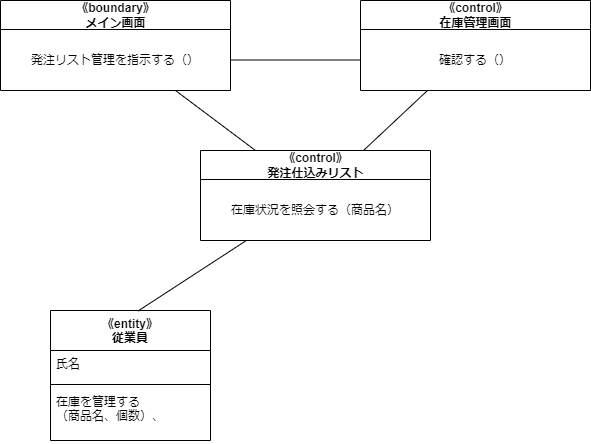
This is psp4/分析モデルのクラス図/分析モデルクラス図_発注仕込み.drawio.png from MasakiHiguchi/---, a draw.io export, as it was before one commit. Source tidied: cells renumbered, new cells last; positions are measured from the earlier drawing's top-left corner, leaving out a move shared by most shapes.
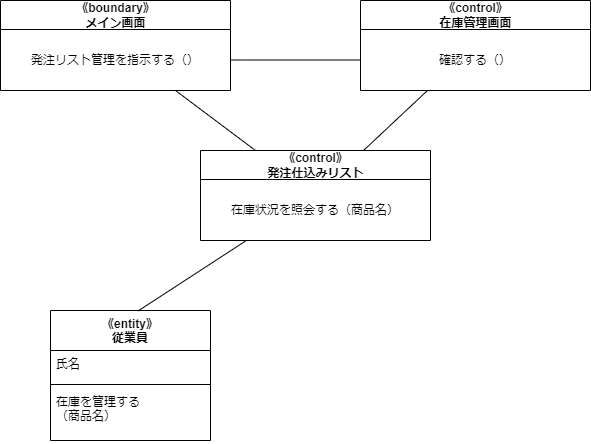
After the commit.

The edit, as a diff of the source:
```diff
@@ -11,7 +11,7 @@
     <mxCell id="4" style="line;strokeWidth=1;fillColor=none;align=left;verticalAlign=middle;spacingTop=-1;spacingLeft=3;spacingRight=3;labelPosition=right;strokeColor=inherit;" parent="2" vertex="1">
       <mxGeometry y="70" width="160" height="8" as="geometry" />
     </mxCell>
-    <mxCell id="5" value="在庫を管理する&#10;（商品名、個数）、" style="text;strokeColor=none;fillColor=none;align=left;verticalAlign=top;spacingLeft=4;spacingRight=4;overflow=hidden;" parent="2" vertex="1">
+    <mxCell id="5" value="在庫を管理する&#10;（商品名）" style="text;strokeColor=none;fillColor=none;align=left;verticalAlign=top;spacingLeft=4;spacingRight=4;overflow=hidden;" parent="2" vertex="1">
       <mxGeometry y="78" width="160" height="52" as="geometry" />
     </mxCell>
     <mxCell id="6" style="edgeStyle=none;html=1;entryX=0.547;entryY=0.004;entryDx=0;entryDy=0;entryPerimeter=0;endArrow=none;endFill=0;" parent="1" edge="1" source="7" target="2">
```
